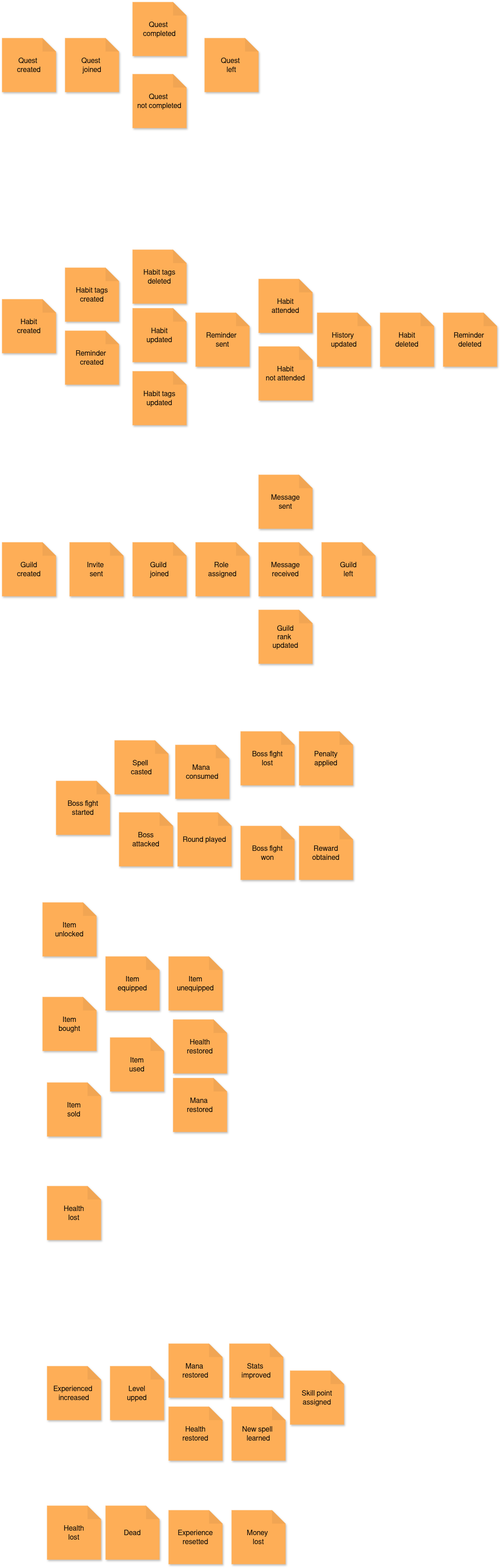
This is docs/eventStorming/EventStormingTimeline.drawio.png from MHS-20/HabitQuest, a draw.io export, as it was before one commit. Source tidied: cells renumbered, new cells last; positions are measured from the earlier drawing's top-left corner, leaving out a move shared by most shapes.
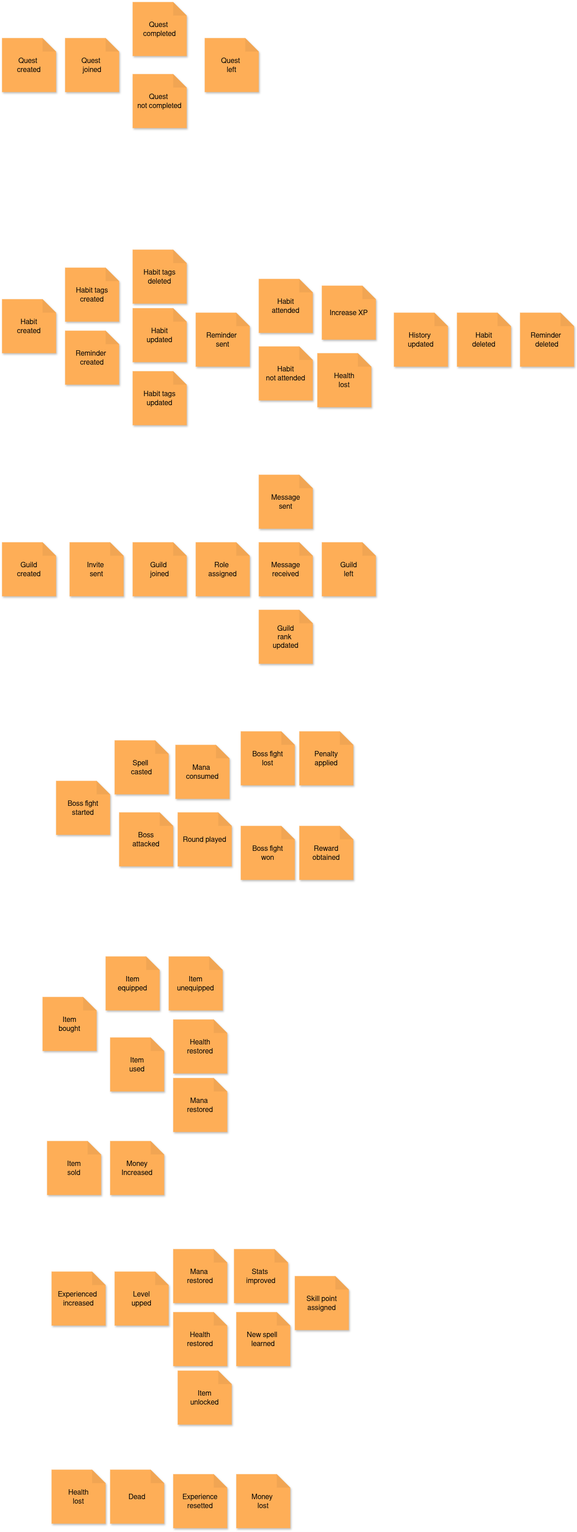
After the commit.

Diff of the diagram source:
```diff
@@ -27,7 +27,7 @@
       <mxGeometry y="660" width="120" height="120" as="geometry" />
     </mxCell>
     <mxCell id="10" value="Habit&lt;div&gt;deleted&lt;/div&gt;" style="shape=note;whiteSpace=wrap;html=1;backgroundOutline=1;darkOpacity=0.05;fillColor=#feae57;strokeColor=none;fontSize=16;fontStyle=0;rotation=0;shadow=1;" parent="1" vertex="1">
-      <mxGeometry x="840" y="690" width="120" height="120" as="geometry" />
+      <mxGeometry x="1010" y="690" width="120" height="120" as="geometry" />
     </mxCell>
     <mxCell id="11" value="Habit&lt;div&gt;attended&lt;/div&gt;" style="shape=note;whiteSpace=wrap;html=1;backgroundOutline=1;darkOpacity=0.05;fillColor=#feae57;strokeColor=none;fontSize=16;fontStyle=0;rotation=0;shadow=1;" parent="1" vertex="1">
       <mxGeometry x="570" y="615" width="120" height="120" as="geometry" />
@@ -72,10 +72,10 @@
       <mxGeometry x="430" y="690" width="120" height="120" as="geometry" />
     </mxCell>
     <mxCell id="25" value="Reminder&amp;nbsp;&lt;div&gt;deleted&lt;/div&gt;" style="shape=note;whiteSpace=wrap;html=1;backgroundOutline=1;darkOpacity=0.05;fillColor=#feae57;strokeColor=none;fontSize=16;fontStyle=0;rotation=0;shadow=1;" parent="1" vertex="1">
-      <mxGeometry x="980" y="690" width="120" height="120" as="geometry" />
+      <mxGeometry x="1150" y="690" width="120" height="120" as="geometry" />
     </mxCell>
     <mxCell id="26" value="History&amp;nbsp;&lt;div&gt;updated&lt;/div&gt;" style="shape=note;whiteSpace=wrap;html=1;backgroundOutline=1;darkOpacity=0.05;fillColor=#feae57;strokeColor=none;fontSize=16;fontStyle=0;rotation=0;shadow=1;" parent="1" vertex="1">
-      <mxGeometry x="700" y="690" width="120" height="120" as="geometry" />
+      <mxGeometry x="870" y="690" width="120" height="120" as="geometry" />
     </mxCell>
     <mxCell id="27" value="Boss fight&lt;div&gt;started&lt;/div&gt;" style="shape=note;whiteSpace=wrap;html=1;backgroundOutline=1;darkOpacity=0.05;fillColor=#feae57;strokeColor=none;fontSize=16;fontStyle=0;rotation=0;shadow=1;" parent="1" vertex="1">
       <mxGeometry x="120" y="1730" width="120" height="120" as="geometry" />
@@ -101,44 +101,41 @@
     <mxCell id="34" value="Item&lt;div&gt;bought&lt;/div&gt;" style="shape=note;whiteSpace=wrap;html=1;backgroundOutline=1;darkOpacity=0.05;fillColor=#feae57;strokeColor=none;fontSize=16;fontStyle=0;rotation=0;shadow=1;" parent="1" vertex="1">
       <mxGeometry x="90" y="2210" width="120" height="120" as="geometry" />
     </mxCell>
-    <mxCell id="35" value="Item&lt;div&gt;unlocked&lt;/div&gt;" style="shape=note;whiteSpace=wrap;html=1;backgroundOutline=1;darkOpacity=0.05;fillColor=#feae57;strokeColor=none;fontSize=16;fontStyle=0;rotation=0;shadow=1;" parent="1" vertex="1">
-      <mxGeometry x="90" y="2000" width="120" height="120" as="geometry" />
-    </mxCell>
     <mxCell id="36" value="Item&lt;div&gt;sold&lt;/div&gt;" style="shape=note;whiteSpace=wrap;html=1;backgroundOutline=1;darkOpacity=0.05;fillColor=#feae57;strokeColor=none;fontSize=16;fontStyle=0;rotation=0;shadow=1;" parent="1" vertex="1">
-      <mxGeometry x="100" y="2400" width="120" height="120" as="geometry" />
+      <mxGeometry x="100" y="2530" width="120" height="120" as="geometry" />
     </mxCell>
     <mxCell id="37" value="Level&lt;div&gt;upped&lt;/div&gt;" style="shape=note;whiteSpace=wrap;html=1;backgroundOutline=1;darkOpacity=0.05;fillColor=#feae57;strokeColor=none;fontSize=16;fontStyle=0;rotation=0;shadow=1;" parent="1" vertex="1">
-      <mxGeometry x="240" y="3030" width="120" height="120" as="geometry" />
+      <mxGeometry x="250" y="2820" width="120" height="120" as="geometry" />
     </mxCell>
     <mxCell id="38" value="Skill point&lt;div&gt;assigned&lt;/div&gt;" style="shape=note;whiteSpace=wrap;html=1;backgroundOutline=1;darkOpacity=0.05;fillColor=#feae57;strokeColor=none;fontSize=16;fontStyle=0;rotation=0;shadow=1;" parent="1" vertex="1">
-      <mxGeometry x="640" y="3040" width="120" height="120" as="geometry" />
+      <mxGeometry x="650" y="2830" width="120" height="120" as="geometry" />
     </mxCell>
     <mxCell id="39" value="Stats&amp;nbsp;&lt;div&gt;improved&lt;/div&gt;" style="shape=note;whiteSpace=wrap;html=1;backgroundOutline=1;darkOpacity=0.05;fillColor=#feae57;strokeColor=none;fontSize=16;fontStyle=0;rotation=0;shadow=1;" parent="1" vertex="1">
-      <mxGeometry x="505" y="2980" width="120" height="120" as="geometry" />
+      <mxGeometry x="515" y="2770" width="120" height="120" as="geometry" />
     </mxCell>
     <mxCell id="40" value="Dead" style="shape=note;whiteSpace=wrap;html=1;backgroundOutline=1;darkOpacity=0.05;fillColor=#feae57;strokeColor=none;fontSize=16;fontStyle=0;rotation=0;shadow=1;" parent="1" vertex="1">
-      <mxGeometry x="230" y="3340" width="120" height="120" as="geometry" />
+      <mxGeometry x="240" y="3260" width="120" height="120" as="geometry" />
     </mxCell>
     <mxCell id="41" value="Money&amp;nbsp;&lt;div&gt;lost&lt;/div&gt;" style="shape=note;whiteSpace=wrap;html=1;backgroundOutline=1;darkOpacity=0.05;fillColor=#feae57;strokeColor=none;fontSize=16;fontStyle=0;rotation=0;shadow=1;" parent="1" vertex="1">
-      <mxGeometry x="510" y="3350" width="120" height="120" as="geometry" />
+      <mxGeometry x="520" y="3270" width="120" height="120" as="geometry" />
     </mxCell>
     <mxCell id="42" value="Experience&lt;div&gt;resetted&lt;/div&gt;" style="shape=note;whiteSpace=wrap;html=1;backgroundOutline=1;darkOpacity=0.05;fillColor=#feae57;strokeColor=none;fontSize=16;fontStyle=0;rotation=0;shadow=1;" parent="1" vertex="1">
-      <mxGeometry x="370" y="3350" width="120" height="120" as="geometry" />
+      <mxGeometry x="380" y="3270" width="120" height="120" as="geometry" />
     </mxCell>
     <mxCell id="43" value="Experienced&amp;nbsp;&lt;div&gt;increased&lt;/div&gt;" style="shape=note;whiteSpace=wrap;html=1;backgroundOutline=1;darkOpacity=0.05;fillColor=#feae57;strokeColor=none;fontSize=16;fontStyle=0;rotation=0;shadow=1;" parent="1" vertex="1">
-      <mxGeometry x="100" y="3030" width="120" height="120" as="geometry" />
+      <mxGeometry x="110" y="2820" width="120" height="120" as="geometry" />
     </mxCell>
     <mxCell id="44" value="Health&lt;div&gt;lost&lt;/div&gt;" style="shape=note;whiteSpace=wrap;html=1;backgroundOutline=1;darkOpacity=0.05;fillColor=#feae57;strokeColor=none;fontSize=16;fontStyle=0;rotation=0;shadow=1;" parent="1" vertex="1">
-      <mxGeometry x="100" y="2630" width="120" height="120" as="geometry" />
+      <mxGeometry x="700" y="780" width="120" height="120" as="geometry" />
     </mxCell>
     <mxCell id="45" value="New spell&amp;nbsp;&lt;div&gt;learned&lt;/div&gt;" style="shape=note;whiteSpace=wrap;html=1;backgroundOutline=1;darkOpacity=0.05;fillColor=#feae57;strokeColor=none;fontSize=16;fontStyle=0;rotation=0;shadow=1;" parent="1" vertex="1">
-      <mxGeometry x="510" y="3120" width="120" height="120" as="geometry" />
+      <mxGeometry x="520" y="2910" width="120" height="120" as="geometry" />
     </mxCell>
     <mxCell id="46" value="Mana&amp;nbsp;&lt;div&gt;consumed&lt;/div&gt;" style="shape=note;whiteSpace=wrap;html=1;backgroundOutline=1;darkOpacity=0.05;fillColor=#feae57;strokeColor=none;fontSize=16;fontStyle=0;rotation=0;shadow=1;" parent="1" vertex="1">
       <mxGeometry x="385" y="1650" width="120" height="120" as="geometry" />
     </mxCell>
     <mxCell id="47" value="Mana&amp;nbsp;&lt;div&gt;restored&lt;/div&gt;" style="shape=note;whiteSpace=wrap;html=1;backgroundOutline=1;darkOpacity=0.05;fillColor=#feae57;strokeColor=none;fontSize=16;fontStyle=0;rotation=0;shadow=1;" parent="1" vertex="1">
-      <mxGeometry x="370" y="2980" width="120" height="120" as="geometry" />
+      <mxGeometry x="380" y="2770" width="120" height="120" as="geometry" />
     </mxCell>
     <mxCell id="48" value="Health&lt;div&gt;restored&lt;/div&gt;" style="shape=note;whiteSpace=wrap;html=1;backgroundOutline=1;darkOpacity=0.05;fillColor=#feae57;strokeColor=none;fontSize=16;fontStyle=0;rotation=0;shadow=1;" parent="1" vertex="1">
       <mxGeometry x="380" y="2260" width="120" height="120" as="geometry" />
@@ -156,13 +153,22 @@
       <mxGeometry x="380" y="2390" width="120" height="120" as="geometry" />
     </mxCell>
     <mxCell id="53" value="Health&lt;div&gt;restored&lt;/div&gt;" style="shape=note;whiteSpace=wrap;html=1;backgroundOutline=1;darkOpacity=0.05;fillColor=#feae57;strokeColor=none;fontSize=16;fontStyle=0;rotation=0;shadow=1;" parent="1" vertex="1">
-      <mxGeometry x="370" y="3120" width="120" height="120" as="geometry" />
+      <mxGeometry x="380" y="2910" width="120" height="120" as="geometry" />
     </mxCell>
     <mxCell id="54" value="Health&lt;div&gt;lost&lt;/div&gt;" style="shape=note;whiteSpace=wrap;html=1;backgroundOutline=1;darkOpacity=0.05;fillColor=#feae57;strokeColor=none;fontSize=16;fontStyle=0;rotation=0;shadow=1;" parent="1" vertex="1">
-      <mxGeometry x="100" y="3340" width="120" height="120" as="geometry" />
+      <mxGeometry x="110" y="3260" width="120" height="120" as="geometry" />
     </mxCell>
     <mxCell id="55" value="Round played" style="shape=note;whiteSpace=wrap;html=1;backgroundOutline=1;darkOpacity=0.05;fillColor=#feae57;strokeColor=none;fontSize=16;fontStyle=0;rotation=0;shadow=1;" parent="1" vertex="1">
       <mxGeometry x="390" y="1800" width="120" height="120" as="geometry" />
     </mxCell>
+    <mxCell id="56" value="Money Increased" style="shape=note;whiteSpace=wrap;html=1;backgroundOutline=1;darkOpacity=0.05;fillColor=#feae57;strokeColor=none;fontSize=16;fontStyle=0;rotation=0;shadow=1;" parent="1" vertex="1">
+      <mxGeometry x="240" y="2530" width="120" height="120" as="geometry" />
+    </mxCell>
+    <mxCell id="35" value="Item&lt;div&gt;unlocked&lt;/div&gt;" style="shape=note;whiteSpace=wrap;html=1;backgroundOutline=1;darkOpacity=0.05;fillColor=#feae57;strokeColor=none;fontSize=16;fontStyle=0;rotation=0;shadow=1;" parent="1" vertex="1">
+      <mxGeometry x="390" y="3040" width="120" height="120" as="geometry" />
+    </mxCell>
+    <mxCell id="57" value="Increase XP" style="shape=note;whiteSpace=wrap;html=1;backgroundOutline=1;darkOpacity=0.05;fillColor=#feae57;strokeColor=none;fontSize=16;fontStyle=0;rotation=0;shadow=1;" parent="1" vertex="1">
+      <mxGeometry x="710" y="630" width="120" height="120" as="geometry" />
+    </mxCell>
   </root>
 </mxGraphModel>
```
